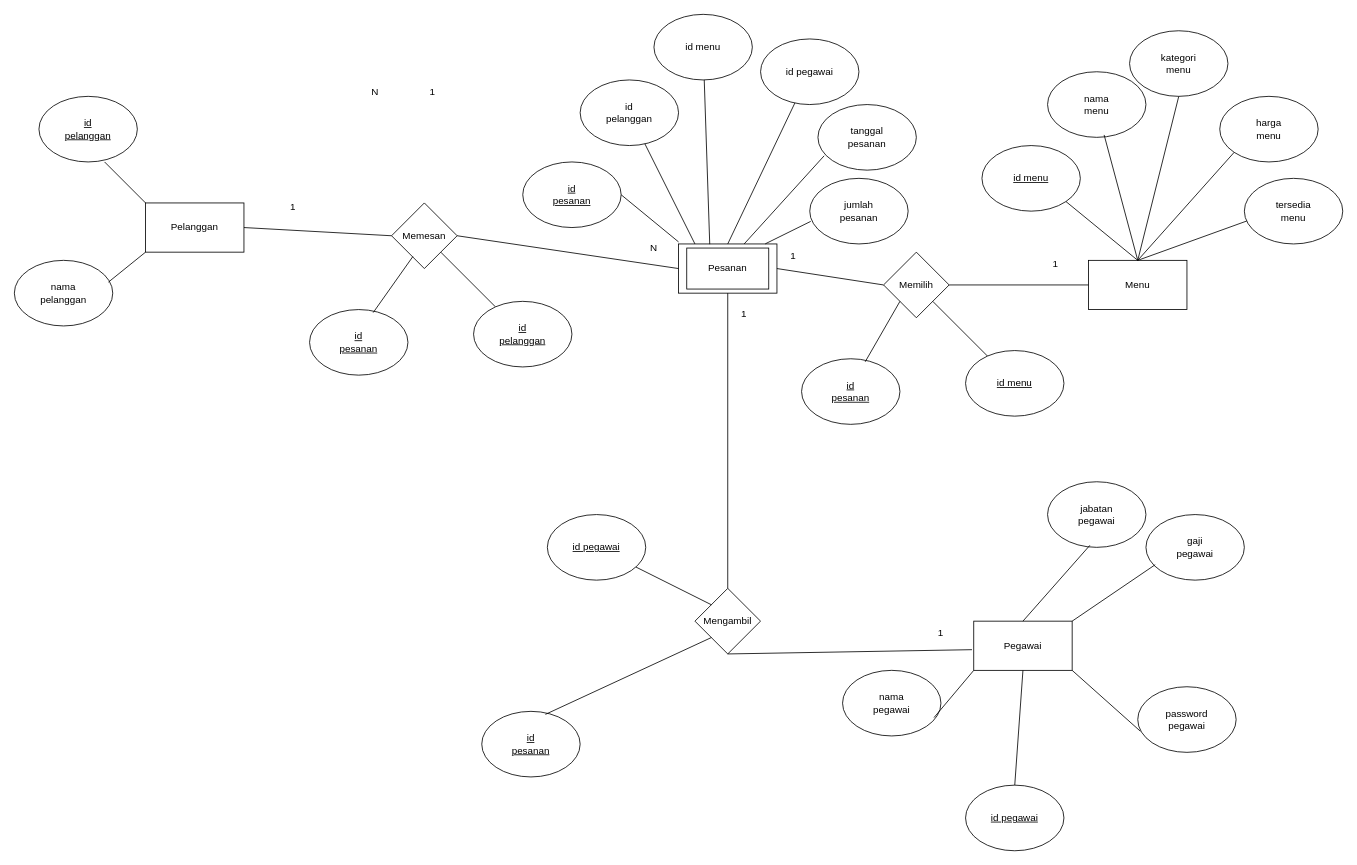
Earlier version of the draw.io diagram Tugas 2.drawio (ImNotDanish05/Tugas). Source tidied: cells renumbered, new cells numbered last; positions are measured from the earlier drawing's top-left corner, leaving out a move shared by most shapes. Both pictures are drawn from the tidied source at 82%, with x=0, y=0 at pixel (14, 14).
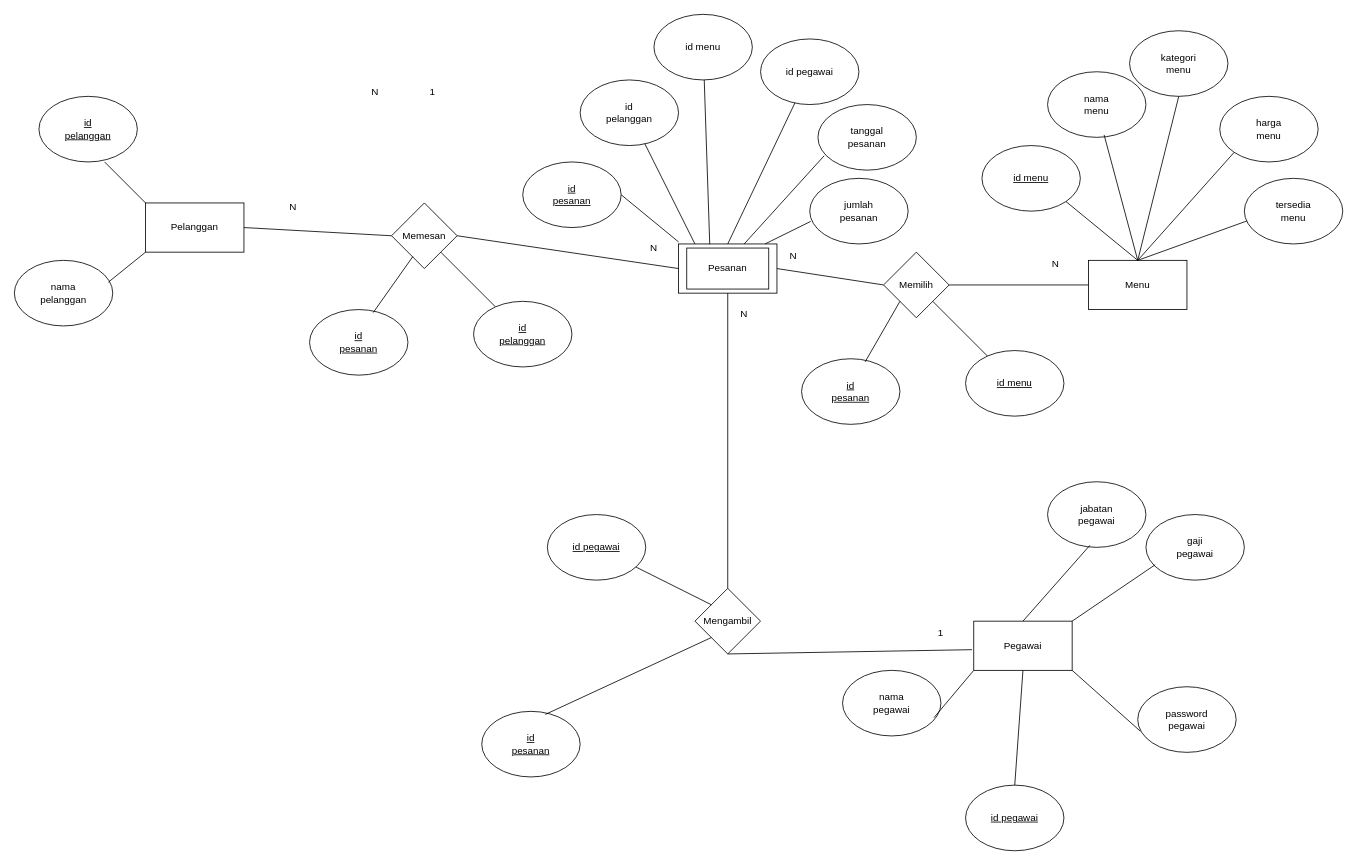
The same page after the edit.

The change refers to these unchanged cells:
```xml
<mxCell id="10" style="group;" parent="1" vertex="1">
  <mxGeometry x="1180" y="20" width="440" height="340" as="geometry" />
</mxCell>
```

What changed in the source:
```diff
@@
-    <mxCell id="34" value="1" style="text;html=1;align=center;verticalAlign=middle;whiteSpace=wrap;rounded=0;" parent="10" vertex="1">
+    <mxCell id="34" value="N" style="text;html=1;align=center;verticalAlign=middle;whiteSpace=wrap;rounded=0;" parent="10" vertex="1">
       <mxGeometry x="60" y="270" width="60" height="30" as="geometry" />
     </mxCell>
@@
-    <mxCell id="41" value="1" style="text;html=1;align=center;verticalAlign=middle;whiteSpace=wrap;rounded=0;" parent="1" vertex="1">
+    <mxCell id="41" value="N" style="text;html=1;align=center;verticalAlign=middle;whiteSpace=wrap;rounded=0;" parent="1" vertex="1">
       <mxGeometry x="310" y="220" width="60" height="30" as="geometry" />
     </mxCell>
@@
-    <mxCell id="135" value="1" style="text;html=1;align=center;verticalAlign=middle;whiteSpace=wrap;rounded=0;" parent="1" vertex="1">
+    <mxCell id="135" value="N" style="text;html=1;align=center;verticalAlign=middle;whiteSpace=wrap;rounded=0;" parent="1" vertex="1">
       <mxGeometry x="920" y="280" width="60" height="30" as="geometry" />
     </mxCell>
-    <mxCell id="136" value="1" style="text;html=1;align=center;verticalAlign=middle;whiteSpace=wrap;rounded=0;" parent="1" vertex="1">
+    <mxCell id="136" value="N" style="text;html=1;align=center;verticalAlign=middle;whiteSpace=wrap;rounded=0;" parent="1" vertex="1">
       <mxGeometry x="860" y="350" width="60" height="30" as="geometry" />
     </mxCell>
```
